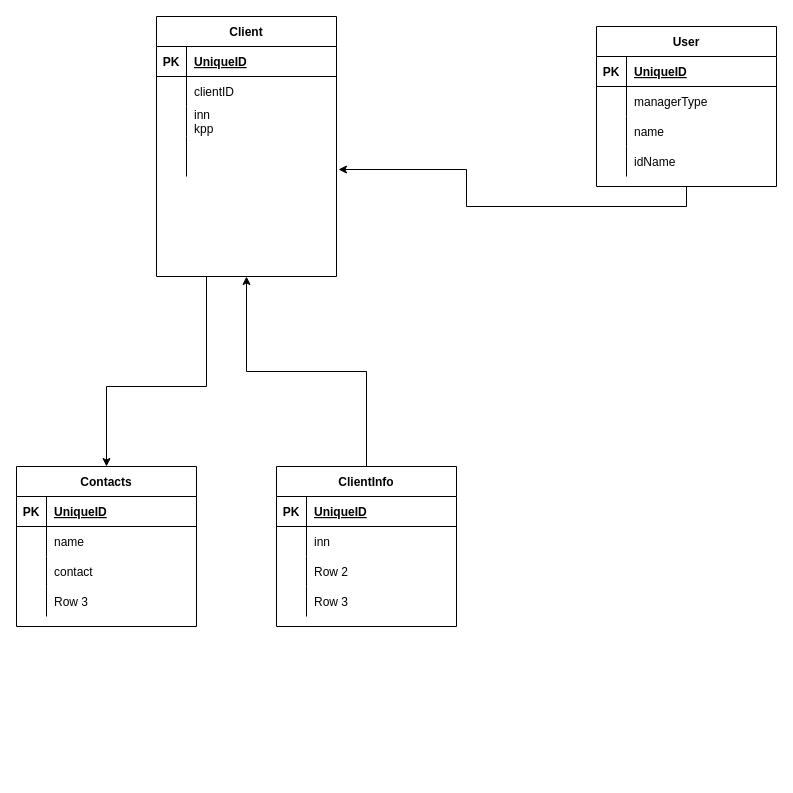
This is Untitled Diagram.drawio from AndyReigan/Mercator, a draw.io file, before an edit. Source tidied: cells renumbered, new cells numbered last; positions are measured from the earlier drawing's top-left corner, leaving out a move shared by most shapes. Both pictures are drawn from the tidied source at 100%, with x=0, y=0 at pixel (16, 16).
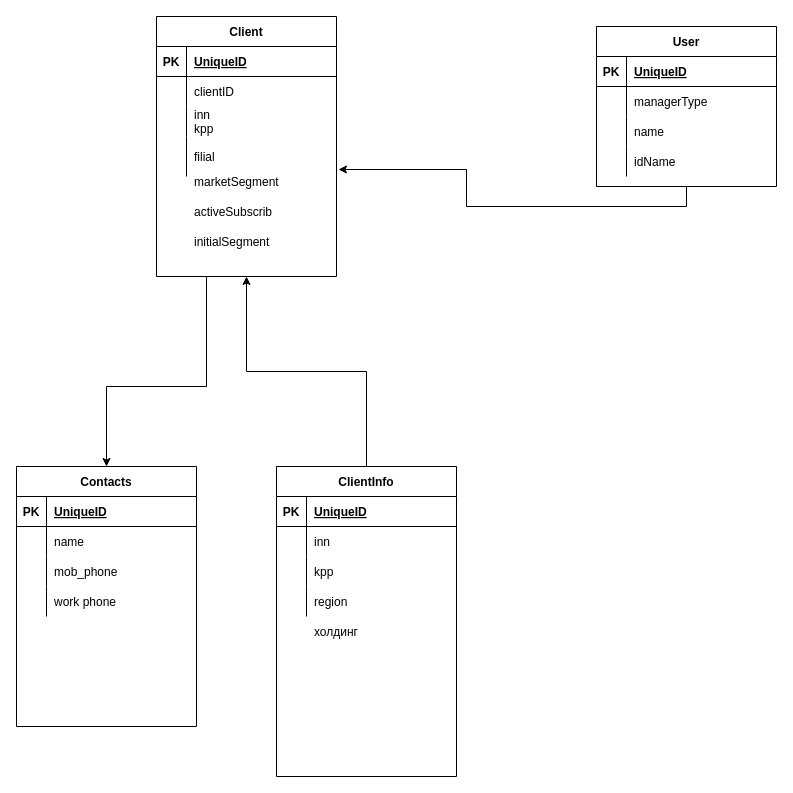
The same diagram, later.

The change refers to these unchanged cells:
```xml
<mxCell id="10" style="shape=partialRectangle;fillColor=none;top=0;left=0;bottom=0;right=0;" parent="3" vertex="1">
  <mxGeometry y="90" width="180" height="30" as="geometry" />
</mxCell>
<mxCell id="13" style="shape=partialRectangle;fillColor=none;top=0;left=0;bottom=0;right=0;" parent="3" vertex="1">
  <mxGeometry y="120" width="180" height="30" as="geometry" />
</mxCell>
<mxCell id="23" style="shape=partialRectangle;fillColor=none;top=0;left=0;bottom=0;right=0;" parent="16" vertex="1">
  <mxGeometry y="90" width="180" height="30" as="geometry" />
</mxCell>
<mxCell id="26" style="shape=partialRectangle;fillColor=none;top=0;left=0;bottom=0;right=0;" parent="16" vertex="1">
  <mxGeometry y="120" width="180" height="30" as="geometry" />
</mxCell>
<mxCell id="40" style="shape=partialRectangle;fillColor=none;top=0;left=0;bottom=0;right=0;points=[[0,0.5],[1,0.5]];portConstraint=eastwest;" parent="30" vertex="1">
  <mxGeometry y="120" width="180" height="40" as="geometry" />
</mxCell>
```

Change to the diagram source:
```diff
@@
     <mxCell id="3" value="ClientInfo" style="shape=table;startSize=30;childLayout=tableLayout;rowLines=0;fontStyle=1;align=center;" parent="1" vertex="1">
-      <mxGeometry x="260" y="450" width="180" height="160" as="geometry" />
+      <mxGeometry x="260" y="450" width="180" height="310" as="geometry" />
     </mxCell>
@@
-    <mxCell id="12" value="Row 2" style="shape=partialRectangle;fillColor=none;top=0;left=0;bottom=0;right=0;align=left;spacingLeft=6;overflow=hidden;" parent="10" vertex="1">
+    <mxCell id="12" value="kpp" style="shape=partialRectangle;fillColor=none;top=0;left=0;bottom=0;right=0;align=left;spacingLeft=6;overflow=hidden;" parent="10" vertex="1">
       <mxGeometry x="30" width="150" height="30" as="geometry" />
     </mxCell>
@@
-    <mxCell id="15" value="Row 3" style="shape=partialRectangle;fillColor=none;top=0;left=0;bottom=0;right=0;align=left;spacingLeft=6;overflow=hidden;" parent="13" vertex="1">
+    <mxCell id="15" value="region" style="shape=partialRectangle;fillColor=none;top=0;left=0;bottom=0;right=0;align=left;spacingLeft=6;overflow=hidden;" parent="13" vertex="1">
       <mxGeometry x="30" width="150" height="30" as="geometry" />
     </mxCell>
     <mxCell id="16" value="Contacts" style="shape=table;startSize=30;childLayout=tableLayout;rowLines=0;fontStyle=1;align=center;" parent="1" vertex="1">
-      <mxGeometry y="450" width="180" height="160" as="geometry" />
+      <mxGeometry y="450" width="180" height="260" as="geometry" />
     </mxCell>
@@
-    <mxCell id="25" value="contact" style="shape=partialRectangle;fillColor=none;top=0;left=0;bottom=0;right=0;align=left;spacingLeft=6;overflow=hidden;" parent="23" vertex="1">
+    <mxCell id="25" value="mob_phone" style="shape=partialRectangle;fillColor=none;top=0;left=0;bottom=0;right=0;align=left;spacingLeft=6;overflow=hidden;" parent="23" vertex="1">
       <mxGeometry x="30" width="150" height="30" as="geometry" />
     </mxCell>
@@
-    <mxCell id="28" value="Row 3" style="shape=partialRectangle;fillColor=none;top=0;left=0;bottom=0;right=0;align=left;spacingLeft=6;overflow=hidden;" parent="26" vertex="1">
+    <mxCell id="28" value="work phone" style="shape=partialRectangle;fillColor=none;top=0;left=0;bottom=0;right=0;align=left;spacingLeft=6;overflow=hidden;" parent="26" vertex="1">
       <mxGeometry x="30" width="150" height="30" as="geometry" />
     </mxCell>
@@
-    <mxCell id="42" style="shape=partialRectangle;fillColor=none;top=0;left=0;bottom=0;right=0;align=left;spacingLeft=6;overflow=hidden;" parent="40" vertex="1">
+    <mxCell id="42" value="filial" style="shape=partialRectangle;fillColor=none;top=0;left=0;bottom=0;right=0;align=left;spacingLeft=6;overflow=hidden;" parent="40" vertex="1">
       <mxGeometry x="30" width="150" height="40" as="geometry" />
     </mxCell>
@@
-    <mxCell id="57" style="shape=partialRectangle;fillColor=none;top=0;left=0;bottom=0;right=0;align=left;spacingLeft=6;overflow=hidden;" parent="1" vertex="1">
-      <mxGeometry x="170" y="190" width="150" height="30" as="geometry" />
+    <mxCell id="57" value="marketSegment" style="shape=partialRectangle;fillColor=none;top=0;left=0;bottom=0;right=0;align=left;spacingLeft=6;overflow=hidden;" parent="1" vertex="1">
+      <mxGeometry x="170" y="150" width="150" height="30" as="geometry" />
     </mxCell>
@@
+    <mxCell id="59" value="activeSubscrib" style="shape=partialRectangle;fillColor=none;top=0;left=0;bottom=0;right=0;align=left;spacingLeft=6;overflow=hidden;" parent="1" vertex="1">
+      <mxGeometry x="170" y="180" width="150" height="30" as="geometry" />
+    </mxCell>
+    <mxCell id="60" value="initialSegment" style="shape=partialRectangle;fillColor=none;top=0;left=0;bottom=0;right=0;align=left;spacingLeft=6;overflow=hidden;" parent="1" vertex="1">
+      <mxGeometry x="170" y="210" width="150" height="30" as="geometry" />
+    </mxCell>
+    <mxCell id="61" value="холдинг" style="shape=partialRectangle;fillColor=none;top=0;left=0;bottom=0;right=0;align=left;spacingLeft=6;overflow=hidden;" parent="1" vertex="1">
+      <mxGeometry x="290" y="600" width="150" height="30" as="geometry" />
+    </mxCell>
```
